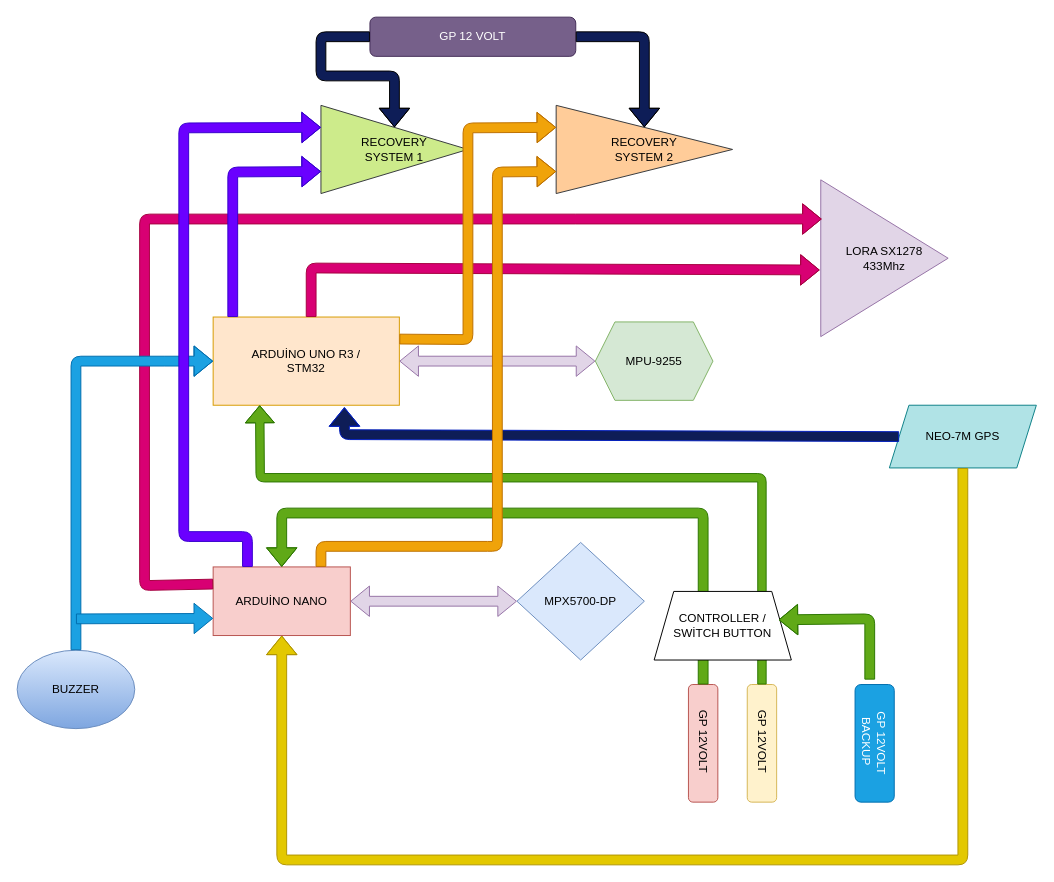
Above: JANROK_electric.drawio in bugraduz/D-AGRAM (draw.io), before the change. Source tidied: cells renumbered, new cells numbered last; positions are measured from the earlier drawing's top-left corner, leaving out a move shared by most shapes. Both pictures are drawn from the tidied source at 98%, with x=0, y=0 at pixel (17, 17).
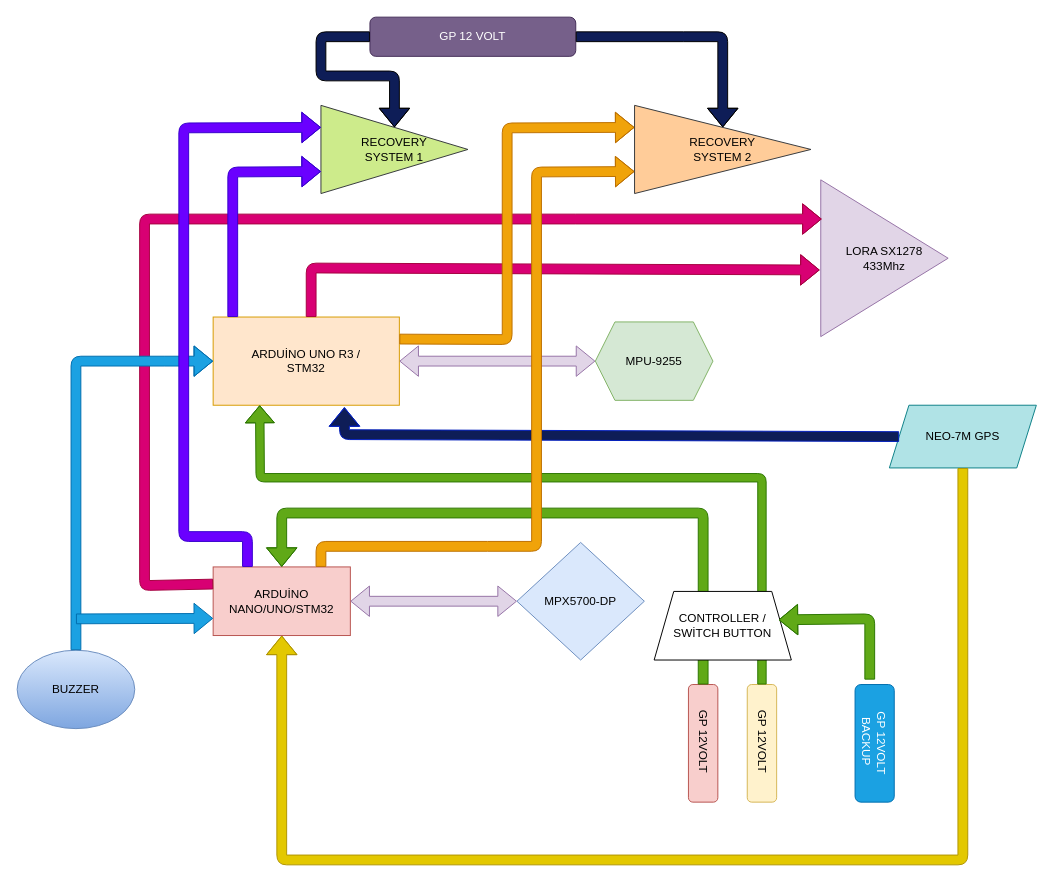
The same diagram, later.

The change refers to these unchanged cells:
```xml
<mxCell id="2" value="ARDUİNO UNO R3 / &lt;br&gt;STM32" style="rounded=0;whiteSpace=wrap;html=1;align=center;fillColor=#ffe6cc;strokeColor=#d79b00;" parent="1" vertex="1">
  <mxGeometry x="200" y="306" width="190" height="90" as="geometry" />
</mxCell>
<mxCell id="30" value="GP 12 VOLT" style="rounded=1;whiteSpace=wrap;html=1;fillColor=#76608a;strokeColor=#432D57;fontColor=#ffffff;" parent="1" vertex="1">
  <mxGeometry x="360" width="210" height="40" as="geometry" />
</mxCell>
```

What changed in the source:
```diff
@@
-    <mxCell id="5" value="ARDUİNO NANO" style="rounded=0;whiteSpace=wrap;html=1;fillColor=#f8cecc;strokeColor=#b85450;" parent="1" vertex="1">
+    <mxCell id="5" value="ARDUİNO NANO/UNO/STM32" style="rounded=0;whiteSpace=wrap;html=1;fillColor=#f8cecc;strokeColor=#b85450;" parent="1" vertex="1">
       <mxGeometry x="200" y="561" width="140" height="70" as="geometry" />
     </mxCell>
@@
     <mxCell id="25" value="RECOVERY &lt;br&gt;SYSTEM 2" style="triangle;whiteSpace=wrap;html=1;fillColor=#ffcc99;strokeColor=#36393d;" parent="1" vertex="1">
-      <mxGeometry x="550" y="90" width="180" height="90" as="geometry" />
+      <mxGeometry x="630" y="90" width="180" height="90" as="geometry" />
     </mxCell>
@@
     <mxCell id="27" style="shape=flexArrow;endArrow=classic;html=1;entryX=0;entryY=0.25;entryDx=0;entryDy=0;exitX=1;exitY=0.25;exitDx=0;exitDy=0;fillColor=#f0a30a;strokeColor=#BD7000;" parent="1" edge="1" source="2" target="25">
       <mxGeometry relative="1" as="geometry">
         <Array as="points">
-          <mxPoint x="460" y="329" />
-          <mxPoint x="460" y="113" />
+          <mxPoint x="500" y="329" />
+          <mxPoint x="500" y="113" />
         </Array>
       </mxGeometry>
     </mxCell>
@@
     <mxCell id="29" style="shape=flexArrow;endArrow=classic;html=1;entryX=0;entryY=0.75;entryDx=0;entryDy=0;fillColor=#f0a30a;strokeColor=#BD7000;" parent="1" edge="1" target="25">
       <mxGeometry relative="1" as="geometry">
         <mxPoint x="310" y="561" as="sourcePoint" />
         <Array as="points">
           <mxPoint x="310" y="540" />
           <mxPoint x="480" y="540" />
-          <mxPoint x="490" y="540" />
-          <mxPoint x="490" y="158" />
+          <mxPoint x="530" y="540" />
+          <mxPoint x="530" y="158" />
         </Array>
       </mxGeometry>
     </mxCell>
@@
     <mxCell id="32" style="shape=flexArrow;endArrow=classic;html=1;fillColor=#0E1D57;entryX=0.5;entryY=0;entryDx=0;entryDy=0;exitX=1;exitY=0.5;exitDx=0;exitDy=0;" parent="1" edge="1" source="30" target="25">
       <mxGeometry relative="1" as="geometry">
         <Array as="points">
-          <mxPoint x="640" y="20" />
+          <mxPoint x="680" y="20" />
+          <mxPoint x="720" y="20" />
         </Array>
       </mxGeometry>
     </mxCell>
```
